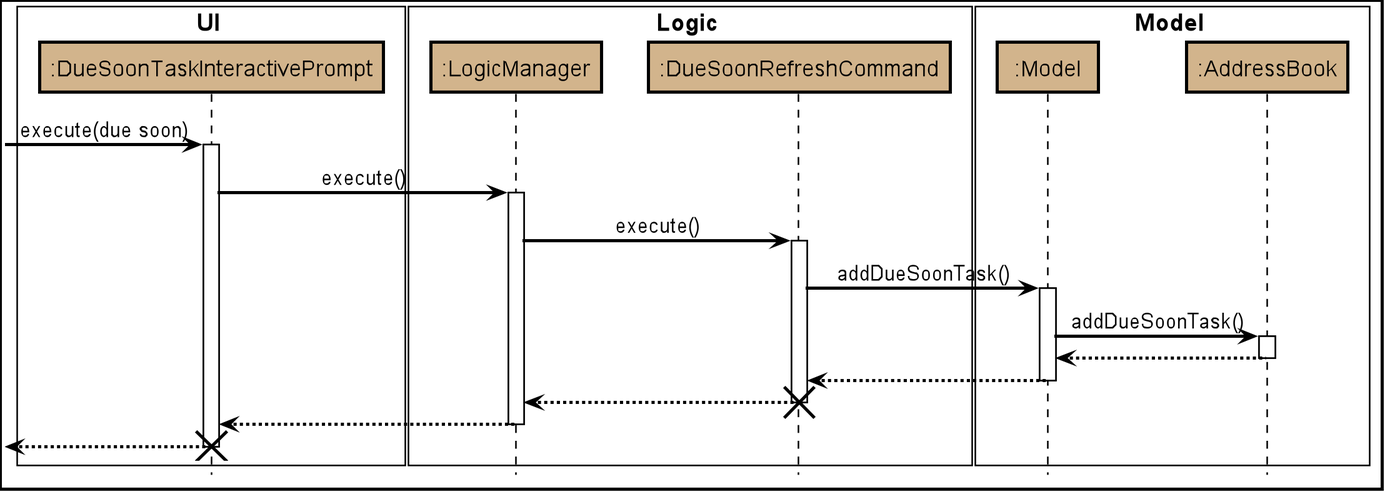
This is docs/images/DueSoonSequenceDiagram.png from wyt-sonia/main, a PlantUML export, as it was before one commit.
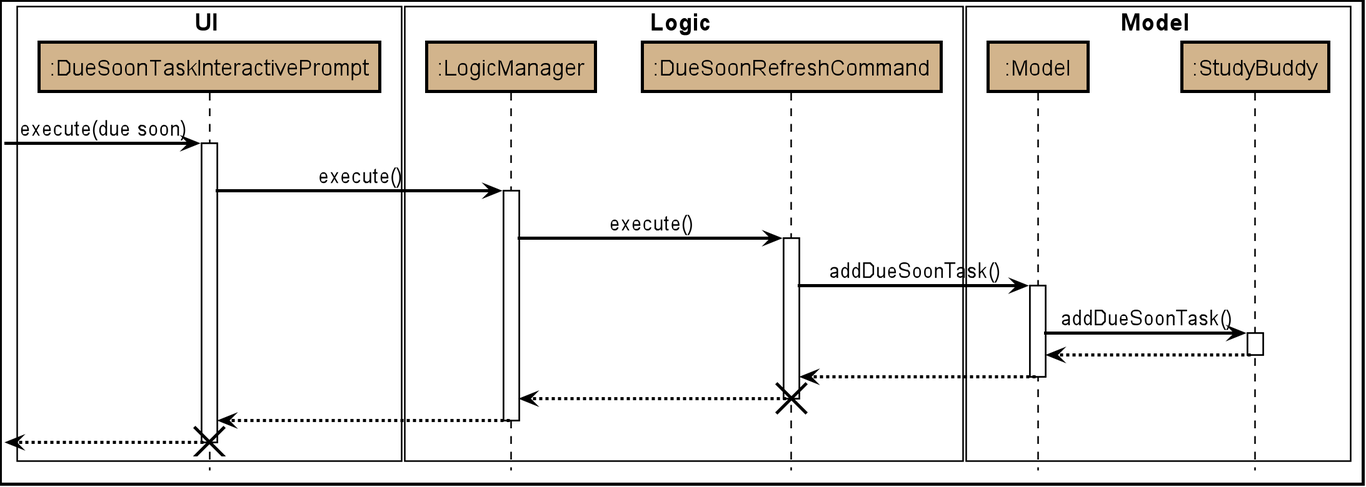
After the commit.

Change to the diagram source:
```diff
@@ -69,7 +69,7 @@
 
 box Model #FFFFFF
 participant ":Model" as Model #D2B48C
-participant ":AddressBook" as AddressBook #D2B48C
+participant ":StudyBuddy" as StudyBuddy #D2B48C
 end box
 
 [-> DueSoonTaskInteractivePrompt : execute(due soon)
@@ -84,11 +84,11 @@
 DueSoonRefreshCommand -> Model : addDueSoonTask()
 activate Model
 
-Model -> AddressBook : addDueSoonTask()
-activate AddressBook
+Model -> StudyBuddy : addDueSoonTask()
+activate StudyBuddy
 
-AddressBook --> Model
-deactivate AddressBook
+StudyBuddy --> Model
+deactivate StudyBuddy
 
 Model --> DueSoonRefreshCommand
 deactivate Model
```
